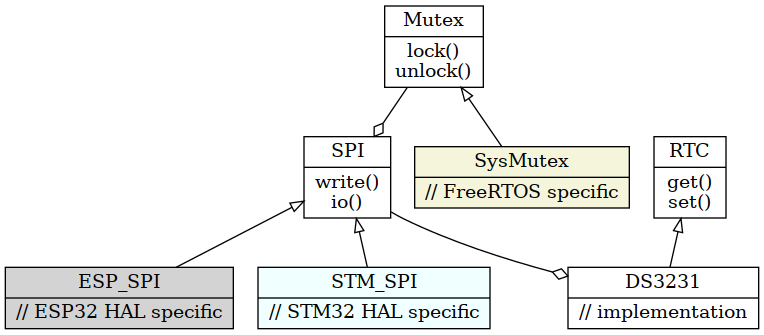
This is images/mutex.png from DaveBerkeley/panglos, a Graphviz export, as it was before one commit. Its source is kept beside it as docs/mutex.dot.
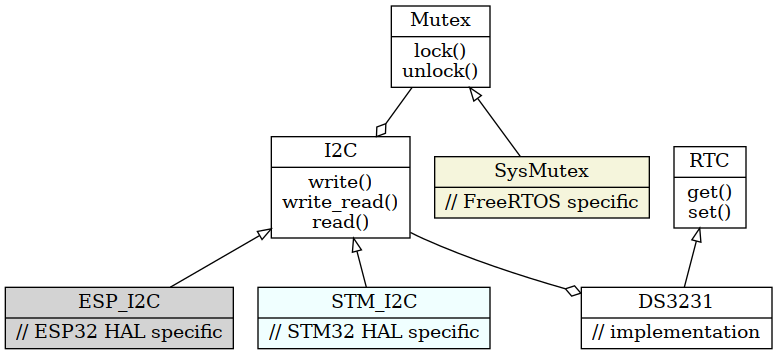
The same file after the commit.

Diff of the diagram source:
```diff
@@ -1,18 +1,18 @@
 digraph cpp {
 node [shape=record];
 Mutex [label="{Mutex|lock()\nunlock()}"];
-SPI [label="{SPI|write()\nio()}"];
-ESP_SPI [label="{ESP_SPI|// ESP32 HAL specific}", style=filled, fillcolor="lightgrey"];
-STM32_SPI [label="{STM_SPI|// STM32 HAL specific}", style=filled, fillcolor="azure"];
+I2C [label="{I2C|write()\nwrite_read()\nread()}"];
+ESP_I2C [label="{ESP_I2C|// ESP32 HAL specific}", style=filled, fillcolor="lightgrey"];
+STM32_I2C [label="{STM_I2C|// STM32 HAL specific}", style=filled, fillcolor="azure"];
 SysMutex [label="{SysMutex|// FreeRTOS specific}", style=filled, fillcolor="beige"];
 RTC [label="{RTC|get()\nset()}"];
 DS3231 [label="{DS3231|// implementation}"];
-{ rank=same SPI, RTC, SysMutex };
-{ rank=same STM32_SPI, ESP_SPI, DS3231 };
-    Mutex -> SPI [arrowhead = ediamond];
+{ rank=same I2C, RTC, SysMutex };
+{ rank=same STM32_I2C, ESP_I2C, DS3231 };
+    Mutex -> I2C [arrowhead = ediamond];
     SysMutex -> Mutex [arrowhead = empty];
     DS3231 -> RTC [arrowhead = empty];
-    SPI -> DS3231 [arrowhead = ediamond];
-    ESP_SPI -> SPI [arrowhead = empty];
-    STM32_SPI -> SPI [arrowhead = empty];
+    I2C -> DS3231 [arrowhead = ediamond];
+    ESP_I2C -> I2C [arrowhead = empty];
+    STM32_I2C -> I2C [arrowhead = empty];
 }
```
